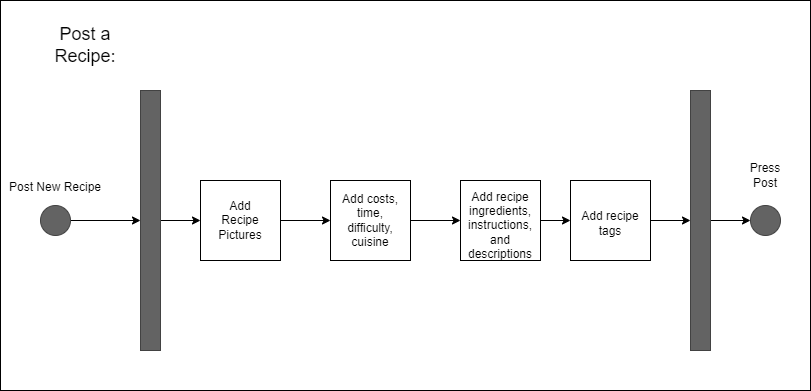
Earlier version of the draw.io export images/uml/UML2.png (software-students-fall2022/specification-exercise-team-7). Source tidied: cells renumbered, new cells last; positions are measured from the earlier drawing's top-left corner, leaving out a move shared by most shapes.
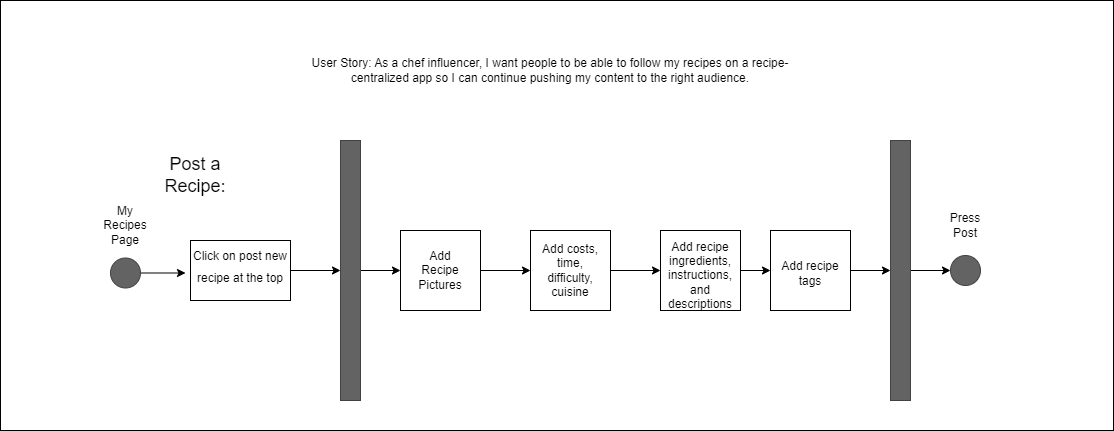
After the change.

Commit message:
Updated UML Diagrams

Change to the diagram source:
```diff
@@ -3,10 +3,16 @@
     <mxCell id="0" />
     <mxCell id="1" parent="0" />
     <mxCell id="2" style="rounded=0;whiteSpace=wrap;html=1;fontSize=12;" parent="1" vertex="1">
-      <mxGeometry width="810" height="390" as="geometry" />
+      <mxGeometry x="-200" y="-50" width="1113" height="430" as="geometry" />
     </mxCell>
+    <mxCell id="12" style="edgeStyle=orthogonalEdgeStyle;rounded=0;jettySize=auto;html=1;fontSize=12;" parent="1" edge="1" source="13" target="16">
+      <mxGeometry relative="1" as="geometry" />
+    </mxCell>
+    <mxCell id="25" style="rounded=0;whiteSpace=wrap;html=1;" parent="1" vertex="1">
+      <mxGeometry x="-10" y="190" width="100" height="60" as="geometry" />
+    </mxCell>
     <mxCell id="3" value="&lt;font style=&quot;font-size: 18px;&quot;&gt;Post a Recipe:&lt;/font&gt;" style="text;html=1;strokeColor=none;fillColor=none;align=center;verticalAlign=middle;whiteSpace=wrap;rounded=0;" parent="1" vertex="1">
-      <mxGeometry x="30" y="10" width="110" height="70" as="geometry" />
+      <mxGeometry x="-60" y="90" width="110" height="70" as="geometry" />
     </mxCell>
     <mxCell id="4" style="edgeStyle=orthogonalEdgeStyle;rounded=0;jettySize=auto;html=1;entryX=0;entryY=0.5;entryDx=0;entryDy=0;fontSize=12;" parent="1" edge="1" source="5" target="10">
       <mxGeometry relative="1" as="geometry" />
@@ -14,15 +20,6 @@
     <mxCell id="5" style="rounded=0;whiteSpace=wrap;html=1;fillColor=#636363;fontColor=#333333;strokeColor=#424242;" parent="1" vertex="1">
       <mxGeometry x="140" y="90" width="20" height="260" as="geometry" />
     </mxCell>
-    <mxCell id="6" style="edgeStyle=orthogonalEdgeStyle;rounded=0;jettySize=auto;html=1;entryX=0;entryY=0.5;entryDx=0;entryDy=0;fontSize=12;" parent="1" edge="1" source="7" target="5">
-      <mxGeometry relative="1" as="geometry" />
-    </mxCell>
-    <mxCell id="7" style="ellipse;whiteSpace=wrap;html=1;strokeColor=#424242;fillColor=#636363;" parent="1" vertex="1">
-      <mxGeometry x="40" y="205" width="30" height="30" as="geometry" />
-    </mxCell>
-    <mxCell id="8" value="&lt;font style=&quot;font-size: 12px;&quot;&gt;Post New Recipe&lt;/font&gt;" style="text;html=1;strokeColor=none;fillColor=none;align=center;verticalAlign=middle;whiteSpace=wrap;rounded=0;fontSize=18;" parent="1" vertex="1">
-      <mxGeometry y="170" width="110" height="30" as="geometry" />
-    </mxCell>
     <mxCell id="9" style="edgeStyle=orthogonalEdgeStyle;rounded=0;jettySize=auto;html=1;fontSize=12;" parent="1" edge="1" source="10" target="19">
       <mxGeometry relative="1" as="geometry" />
     </mxCell>
@@ -32,9 +29,6 @@
     <mxCell id="11" value="Add Recipe Pictures" style="text;html=1;strokeColor=none;fillColor=none;align=center;verticalAlign=middle;whiteSpace=wrap;rounded=0;fontSize=12;" parent="1" vertex="1">
       <mxGeometry x="210" y="205" width="60" height="30" as="geometry" />
     </mxCell>
-    <mxCell id="12" style="edgeStyle=orthogonalEdgeStyle;rounded=0;jettySize=auto;html=1;fontSize=12;" parent="1" edge="1" source="13" target="16">
-      <mxGeometry relative="1" as="geometry" />
-    </mxCell>
     <mxCell id="13" style="whiteSpace=wrap;html=1;fontSize=12;" parent="1" vertex="1">
       <mxGeometry x="460" y="180" width="80" height="80" as="geometry" />
     </mxCell>
@@ -71,5 +65,25 @@
     <mxCell id="24" value="Press Post" style="text;html=1;strokeColor=none;fillColor=none;align=center;verticalAlign=middle;whiteSpace=wrap;rounded=0;fontSize=12;" parent="1" vertex="1">
       <mxGeometry x="735" y="160" width="60" height="30" as="geometry" />
     </mxCell>
+    <mxCell id="8" value="&lt;font style=&quot;font-size: 12px;&quot;&gt;Click on post new recipe at the top&lt;/font&gt;" style="text;html=1;strokeColor=none;fillColor=none;align=center;verticalAlign=middle;whiteSpace=wrap;rounded=0;fontSize=18;" parent="1" vertex="1">
+      <mxGeometry x="-15" y="200" width="110" height="30" as="geometry" />
+    </mxCell>
+    <mxCell id="26" style="endArrow=classic;html=1;rounded=0;entryX=0;entryY=0.5;entryDx=0;entryDy=0;" parent="1" edge="1" target="5">
+      <mxGeometry relative="1" as="geometry">
+        <mxPoint x="90" y="220" as="sourcePoint" />
+      </mxGeometry>
+    </mxCell>
+    <mxCell id="27" style="edgeStyle=orthogonalEdgeStyle;rounded=0;jettySize=auto;html=1;entryX=0;entryY=0.75;entryDx=0;entryDy=0;" parent="1" edge="1" source="28" target="8">
+      <mxGeometry relative="1" as="geometry" />
+    </mxCell>
+    <mxCell id="28" style="ellipse;whiteSpace=wrap;html=1;strokeColor=#424242;fillColor=#636363;" parent="1" vertex="1">
+      <mxGeometry x="-90" y="207.5" width="30" height="30" as="geometry" />
+    </mxCell>
+    <mxCell id="29" value="My Recipes Page" style="text;html=1;strokeColor=none;fillColor=none;align=center;verticalAlign=middle;whiteSpace=wrap;rounded=0;" parent="1" vertex="1">
+      <mxGeometry x="-105" y="160" width="60" height="30" as="geometry" />
+    </mxCell>
+    <mxCell id="30" value="User Story: As a chef influencer, I want people to be able to follow my recipes on a recipe-centralized app so I can continue pushing my content to the right audience." style="text;html=1;strokeColor=none;fillColor=none;align=center;verticalAlign=middle;whiteSpace=wrap;rounded=0;" parent="1" vertex="1">
+      <mxGeometry x="90" width="520" height="40" as="geometry" />
+    </mxCell>
   </root>
 </mxGraphModel>
```
